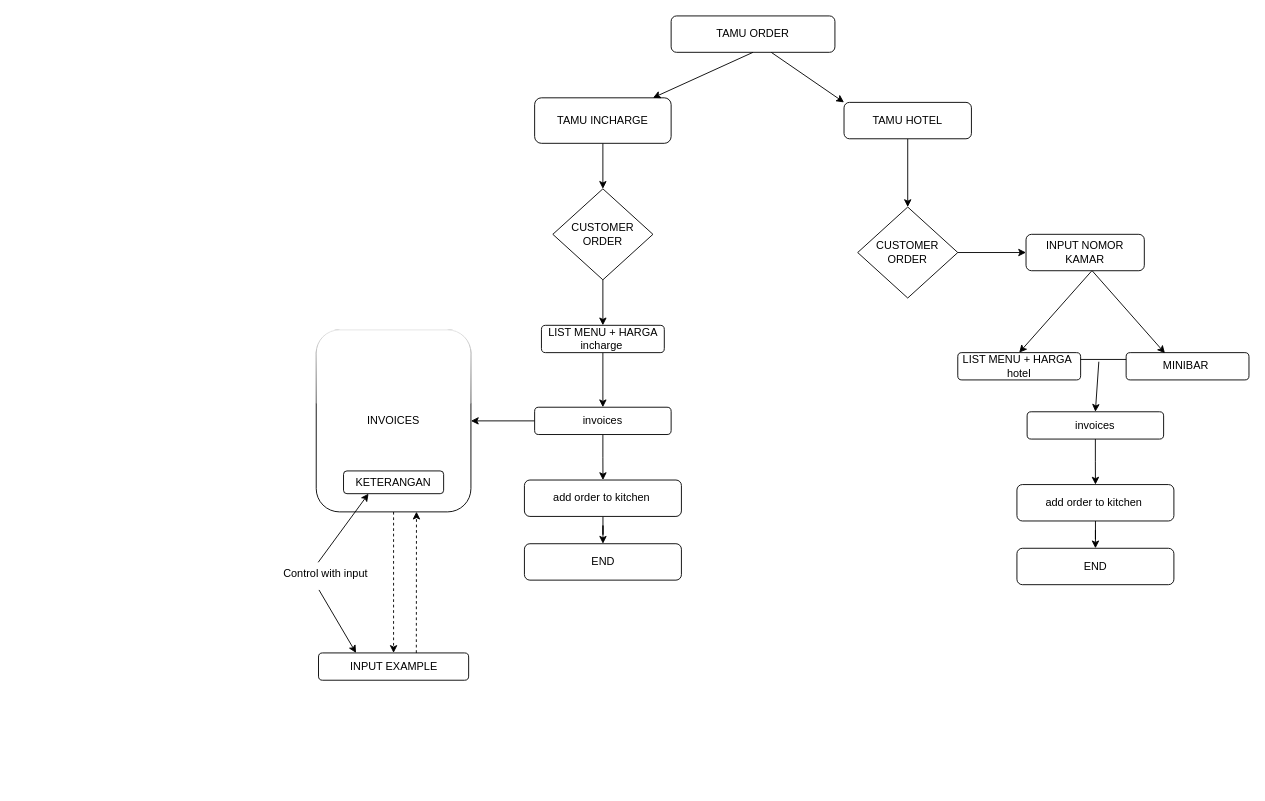
The draw.io diagram subjects/Untitled Diagram.drawio in azzaky9/middlewares-flowcharts, before the edit. Source tidied: cells renumbered, new cells numbered last; positions are measured from the earlier drawing's top-left corner, leaving out a move shared by most shapes. Both pictures are drawn from the tidied source at 91%, with x=0, y=0 at pixel (270, 15).
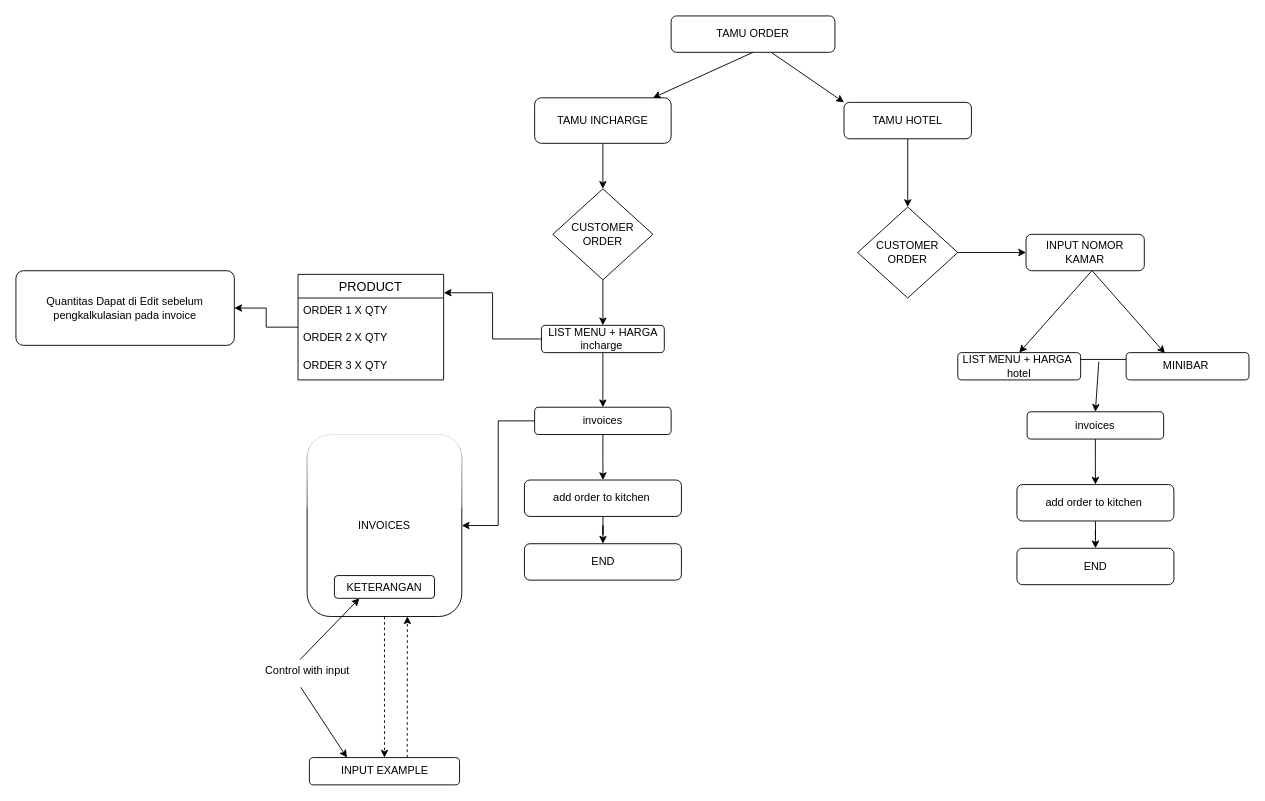
Above is the later version.

Commit message:
update quantity and table product setting

The change refers to these unchanged cells:
```xml
<mxCell id="12" value="LIST MENU + HARGA incharge&amp;nbsp;" style="rounded=1;whiteSpace=wrap;html=1;" parent="1" vertex="1">
  <mxGeometry x="297.5" y="340" width="135" height="30" as="geometry" />
</mxCell>
```

Change to the diagram source:
```diff
@@
-    <mxCell id="33" style="edgeStyle=orthogonalEdgeStyle;rounded=0;jettySize=auto;html=1;dashed=1;" parent="1" edge="1" source="34" target="36">
-      <mxGeometry relative="1" as="geometry" />
-    </mxCell>
+    <mxCell id="41" style="group;" parent="1" vertex="1">
+      <mxGeometry x="-10" y="460" width="220" height="385" as="geometry" />
+    </mxCell>
-    <mxCell id="34" value="INVOICES" style="rounded=1;whiteSpace=wrap;html=1;glass=1;" parent="1" vertex="1">
-      <mxGeometry x="50" y="345" width="170" height="200" as="geometry" />
+    <mxCell id="34" value="INVOICES" style="rounded=1;whiteSpace=wrap;html=1;glass=1;" parent="41" vertex="1">
+      <mxGeometry x="50" width="170" height="200" as="geometry" />
     </mxCell>
-    <mxCell id="35" value="KETERANGAN" style="rounded=1;whiteSpace=wrap;html=1;" parent="1" vertex="1">
-      <mxGeometry x="80" y="500" width="110" height="25" as="geometry" />
+    <mxCell id="35" value="KETERANGAN" style="rounded=1;whiteSpace=wrap;html=1;" parent="41" vertex="1">
+      <mxGeometry x="80" y="155" width="110" height="25" as="geometry" />
     </mxCell>
-    <mxCell id="36" value="INPUT EXAMPLE" style="rounded=1;whiteSpace=wrap;html=1;" parent="1" vertex="1">
-      <mxGeometry x="52.5" y="700" width="165" height="30" as="geometry" />
+    <mxCell id="36" value="INPUT EXAMPLE" style="rounded=1;whiteSpace=wrap;html=1;" parent="41" vertex="1">
+      <mxGeometry x="52.5" y="355" width="165" height="30" as="geometry" />
     </mxCell>
+    <mxCell id="33" style="edgeStyle=orthogonalEdgeStyle;rounded=0;jettySize=auto;html=1;dashed=1;" parent="41" edge="1" source="34" target="36">
+      <mxGeometry relative="1" as="geometry" />
+    </mxCell>
-    <mxCell id="37" value="Control with input" style="text;html=1;align=center;verticalAlign=middle;points=[];strokeColor=none;fillColor=none;" parent="1" vertex="1">
-      <mxGeometry y="598" width="120" height="30" as="geometry" />
+    <mxCell id="37" value="Control with input" style="text;html=1;align=center;verticalAlign=middle;points=[];strokeColor=none;fillColor=none;" parent="41" vertex="1">
+      <mxGeometry x="-10" y="245" width="120" height="30" as="geometry" />
     </mxCell>
-    <mxCell id="38" style="endArrow=classic;html=1;rounded=0;exitX=0.435;exitY=0.08;exitDx=0;exitDy=0;exitPerimeter=0;entryX=0.25;entryY=1;entryDx=0;entryDy=0;" parent="1" edge="1" source="37" target="35">
+    <mxCell id="38" style="endArrow=classic;html=1;rounded=0;exitX=0.435;exitY=0.08;exitDx=0;exitDy=0;exitPerimeter=0;entryX=0.25;entryY=1;entryDx=0;entryDy=0;" parent="41" edge="1" source="37" target="35">
       <mxGeometry relative="1" as="geometry" />
     </mxCell>
-    <mxCell id="39" style="endArrow=classic;html=1;rounded=0;exitX=0.442;exitY=1.093;exitDx=0;exitDy=0;exitPerimeter=0;entryX=0.25;entryY=0;entryDx=0;entryDy=0;" parent="1" edge="1" source="37" target="36">
+    <mxCell id="39" style="endArrow=classic;html=1;rounded=0;exitX=0.442;exitY=1.093;exitDx=0;exitDy=0;exitPerimeter=0;entryX=0.25;entryY=0;entryDx=0;entryDy=0;" parent="41" edge="1" source="37" target="36">
       <mxGeometry relative="1" as="geometry" />
     </mxCell>
-    <mxCell id="40" style="endArrow=classic;html=1;rounded=0;entryX=0.648;entryY=0.999;entryDx=0;entryDy=0;entryPerimeter=0;dashed=1;" parent="1" edge="1" target="34">
+    <mxCell id="40" style="endArrow=classic;html=1;rounded=0;entryX=0.648;entryY=0.999;entryDx=0;entryDy=0;entryPerimeter=0;dashed=1;" parent="41" edge="1" target="34">
       <mxGeometry relative="1" as="geometry">
-        <mxPoint x="160" y="700" as="sourcePoint" />
+        <mxPoint x="160" y="355" as="sourcePoint" />
       </mxGeometry>
     </mxCell>
+    <mxCell id="42" style="edgeStyle=orthogonalEdgeStyle;rounded=0;jettySize=auto;html=1;entryX=1;entryY=0.5;entryDx=0;entryDy=0;" parent="1" edge="1" source="43" target="48">
+      <mxGeometry relative="1" as="geometry" />
+    </mxCell>
+    <mxCell id="43" value="PRODUCT" style="swimlane;fontStyle=0;horizontal=1;startSize=26;align=center;fontSize=14;" parent="1" vertex="1">
+      <mxGeometry x="30" y="284" width="160" height="116" as="geometry" />
+    </mxCell>
+    <mxCell id="44" value="ORDER 1 X QTY" style="text;strokeColor=none;fillColor=none;spacingLeft=4;spacingRight=4;overflow=hidden;fontSize=12;whiteSpace=wrap;html=1;" parent="43" vertex="1">
+      <mxGeometry y="26" width="160" height="30" as="geometry" />
+    </mxCell>
+    <mxCell id="45" value="ORDER 2 X QTY" style="text;strokeColor=none;fillColor=none;spacingLeft=4;spacingRight=4;overflow=hidden;fontSize=12;whiteSpace=wrap;html=1;" parent="43" vertex="1">
+      <mxGeometry y="56" width="160" height="30" as="geometry" />
+    </mxCell>
+    <mxCell id="46" value="ORDER 3 X QTY" style="text;strokeColor=none;fillColor=none;spacingLeft=4;spacingRight=4;overflow=hidden;fontSize=12;whiteSpace=wrap;html=1;" parent="43" vertex="1">
+      <mxGeometry y="86" width="160" height="30" as="geometry" />
+    </mxCell>
+    <mxCell id="47" style="edgeStyle=orthogonalEdgeStyle;rounded=0;jettySize=auto;html=1;entryX=1.001;entryY=0.174;entryDx=0;entryDy=0;entryPerimeter=0;" parent="1" edge="1" source="12" target="43">
+      <mxGeometry relative="1" as="geometry" />
+    </mxCell>
+    <mxCell id="48" value="Quantitas Dapat di Edit sebelum pengkalkulasian pada invoice" style="rounded=1;arcSize=10;whiteSpace=wrap;html=1;align=center;" parent="1" vertex="1">
+      <mxGeometry x="-280" y="280" width="240" height="82" as="geometry" />
+    </mxCell>
```
